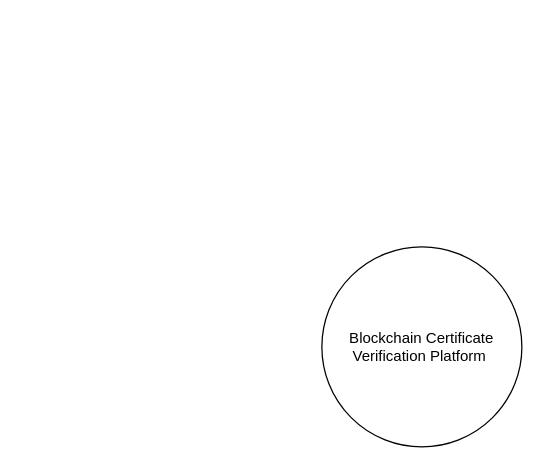
This is BlockChainContext.drawio from SifisoMzansi/architecture-diagrams, a draw.io file, before an edit. Source tidied: cells renumbered, new cells numbered last; positions are measured from the earlier drawing's top-left corner, leaving out a move shared by most shapes. Both pictures are drawn from the tidied source at 125%, with x=0, y=0 at pixel (321, 246).
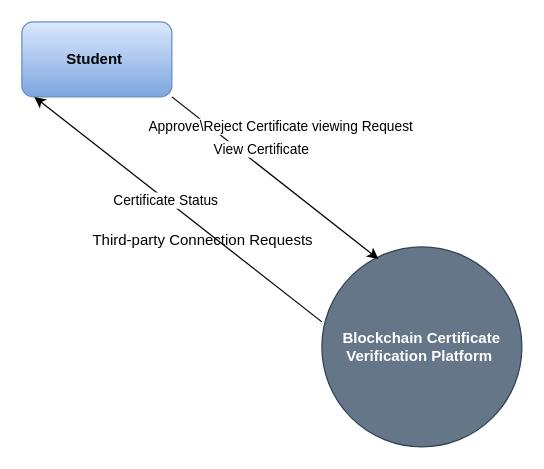
The same page after the edit.

Diff of the diagram source:
```diff
@@
 <mxGraphModel>
   <root>
     <mxCell id="0" />
     <mxCell id="1" parent="0" />
-    <mxCell id="2" value="Blockchain Certificate Verification Platform&amp;nbsp;" style="ellipse;whiteSpace=wrap;html=1;" parent="1" vertex="1">
+    <mxCell id="2" value="&lt;b&gt;Blockchain Certificate Verification Platform&amp;nbsp;&lt;/b&gt;" style="ellipse;whiteSpace=wrap;html=1;fillColor=#647687;strokeColor=#314354;fontColor=#ffffff;" parent="1" vertex="1">
       <mxGeometry width="160" height="160" as="geometry" />
     </mxCell>
+    <mxCell id="3" value="&lt;b&gt;Student&amp;nbsp;&lt;/b&gt;" style="rounded=1;whiteSpace=wrap;html=1;fillColor=#dae8fc;strokeColor=#6c8ebf;gradientColor=#7ea6e0;" parent="1" vertex="1">
+      <mxGeometry x="-240" y="-180" width="120" height="60" as="geometry" />
+    </mxCell>
+    <mxCell id="4" style="endArrow=classic;html=1;rounded=0;exitX=1;exitY=1;exitDx=0;exitDy=0;entryX=0.283;entryY=0.061;entryDx=0;entryDy=0;entryPerimeter=0;" parent="1" edge="1" source="3" target="2">
+      <mxGeometry relative="1" as="geometry" />
+    </mxCell>
+    <mxCell id="5" value="View Certificate&amp;nbsp;" style="edgeLabel;html=1;align=center;verticalAlign=middle;" parent="4" vertex="1">
+      <mxGeometry x="0.32" y="-1" relative="1" as="geometry">
+        <mxPoint x="-36" y="-45" as="offset" />
+      </mxGeometry>
+    </mxCell>
+    <mxCell id="6" value="Approve\Reject Certificate viewing Request" style="edgeLabel;html=1;align=center;verticalAlign=middle;" parent="1" vertex="1">
+      <mxGeometry x="-20" y="-70" as="geometry">
+        <mxPoint x="-14" y="-27" as="offset" />
+      </mxGeometry>
+    </mxCell>
+    <mxCell id="7" style="endArrow=classic;html=1;rounded=0;exitX=0;exitY=0.375;exitDx=0;exitDy=0;exitPerimeter=0;" parent="1" edge="1" source="2">
+      <mxGeometry relative="1" as="geometry">
+        <mxPoint x="-230" y="-120" as="targetPoint" />
+      </mxGeometry>
+    </mxCell>
+    <mxCell id="8" value="Certificate Status" style="edgeLabel;html=1;align=center;verticalAlign=middle;" parent="7" vertex="1">
+      <mxGeometry x="0.08" y="1" relative="1" as="geometry">
+        <mxPoint y="-1" as="offset" />
+      </mxGeometry>
+    </mxCell>
+    <mxCell id="9" value="Third-party Connection Requests" style="text;html=1;align=center;verticalAlign=middle;whiteSpace=wrap;rounded=0;" parent="1" vertex="1">
+      <mxGeometry x="-190" y="-20" width="190" height="30" as="geometry" />
+    </mxCell>
   </root>
 </mxGraphModel>
```
